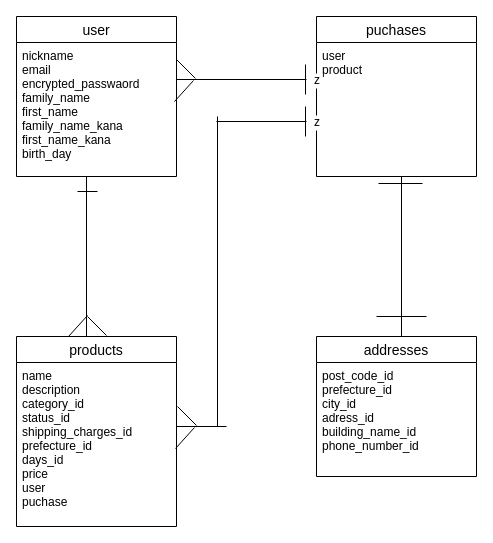
Earlier version of the draw.io diagram firima.dio (Kawase-Ryo/furima-38243). Source tidied: cells renumbered, new cells numbered last; positions are measured from the earlier drawing's top-left corner, leaving out a move shared by most shapes. Both pictures are drawn from the tidied source at 100%, with x=0, y=0 at pixel (16, 16).
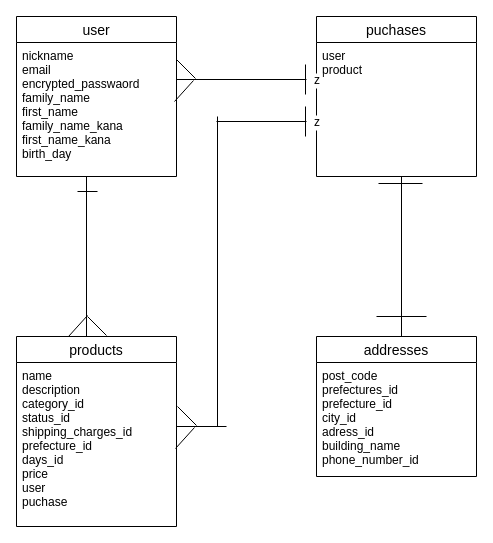
Above is the later version.

Commit message (it also covers changes not shown here):
データベース-設計16

Unchanged cells that the change refers to:
```xml
<mxCell id="20" value="addresses" style="swimlane;fontStyle=0;horizontal=1;startSize=26;align=center;fontSize=14;" parent="1" vertex="1">
  <mxGeometry x="300" y="320" width="160" height="140" as="geometry" />
</mxCell>
```

Change to the diagram source:
```diff
@@
-    <mxCell id="21" value="post_code_id&#10;prefecture_id&#10;city_id&#10;adress_id&#10;building_name_id&#10;phone_number_id" style="text;strokeColor=none;fillColor=none;spacingLeft=4;spacingRight=4;overflow=hidden;fontSize=12;" parent="20" vertex="1">
+    <mxCell id="21" value="post_code&#10;prefectures_id&#10;prefecture_id&#10;city_id&#10;adress_id&#10;building_name&#10;phone_number_id" style="text;strokeColor=none;fillColor=none;spacingLeft=4;spacingRight=4;overflow=hidden;fontSize=12;" parent="20" vertex="1">
       <mxGeometry y="26" width="160" height="114" as="geometry" />
     </mxCell>
```
